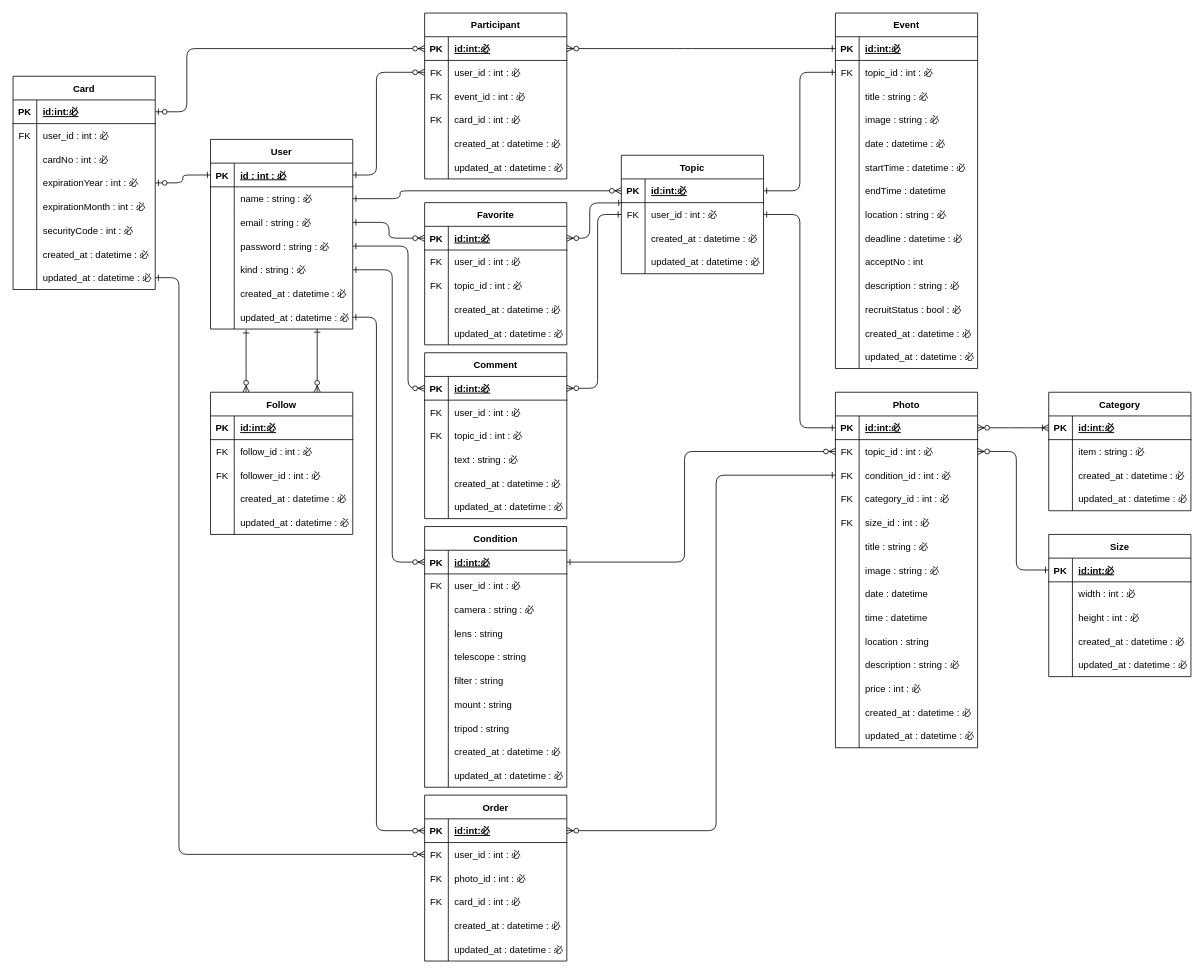
This is outline/ERchart.drawio from UtaSuzuki/astrogram, a draw.io file, before an edit. Source tidied: cells renumbered, new cells numbered last; positions are measured from the earlier drawing's top-left corner, leaving out a move shared by most shapes. Both pictures are drawn from the tidied source at 79%, with x=0, y=0 at pixel (13, 13).
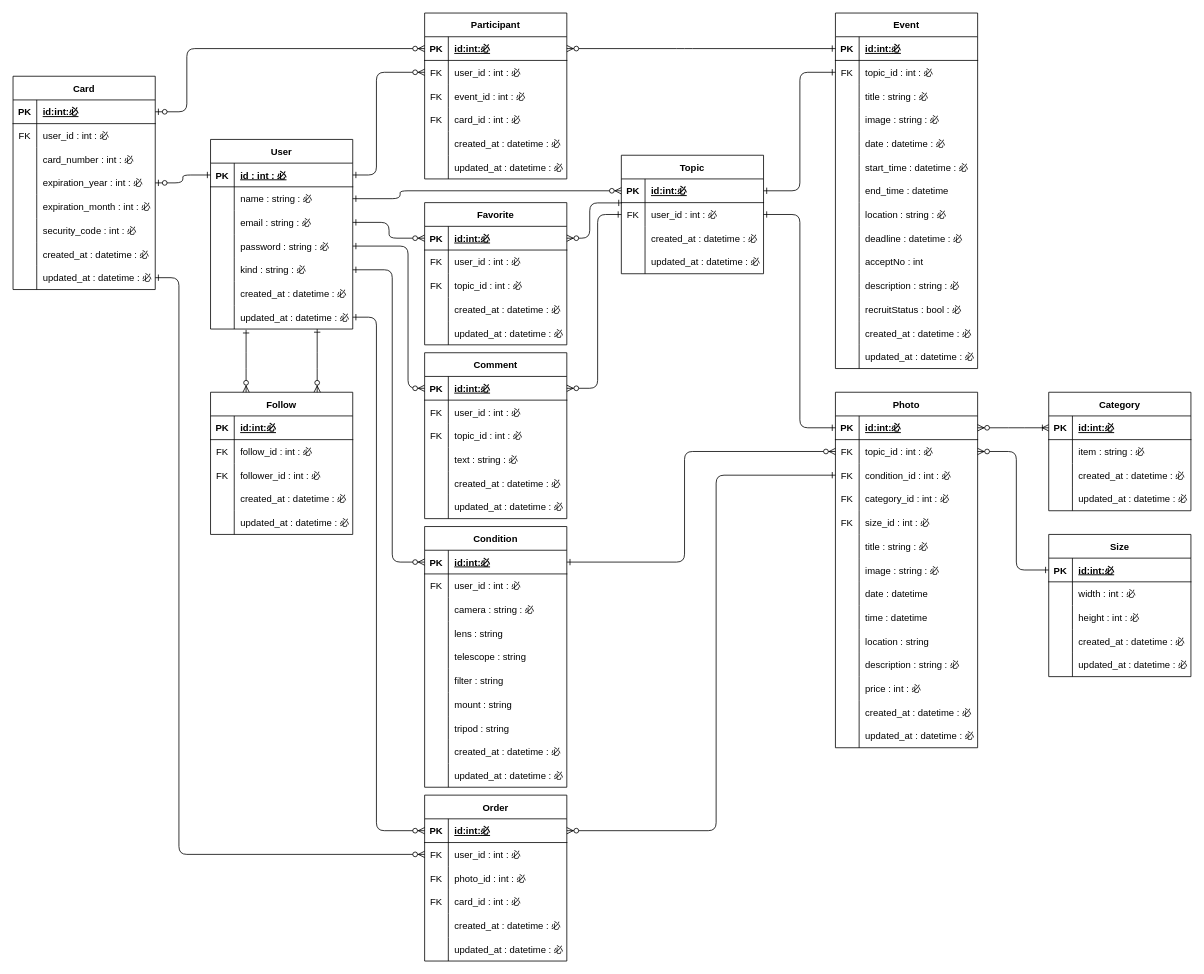
The same diagram, later.

Unchanged cells that the change refers to:
```xml
<mxCell id="71" style="shape=partialRectangle;fillColor=none;top=0;left=0;bottom=0;right=0;" parent="55" vertex="1">
  <mxGeometry y="180" width="180" height="30" as="geometry" />
</mxCell>
<mxCell id="74" style="shape=partialRectangle;fillColor=none;top=0;left=0;bottom=0;right=0;" parent="55" vertex="1">
  <mxGeometry y="210" width="180" height="30" as="geometry" />
</mxCell>
<mxCell id="243" style="shape=partialRectangle;fillColor=none;top=0;left=0;bottom=0;right=0;" parent="236" vertex="1">
  <mxGeometry y="90" width="180" height="30" as="geometry" />
</mxCell>
<mxCell id="246" style="shape=partialRectangle;fillColor=none;top=0;left=0;bottom=0;right=0;points=[[0,0.5],[1,0.5]];portConstraint=eastwest;" parent="236" vertex="1">
  <mxGeometry y="120" width="180" height="30" as="geometry" />
</mxCell>
<mxCell id="249" style="shape=partialRectangle;fillColor=none;top=0;left=0;bottom=0;right=0;" parent="236" vertex="1">
  <mxGeometry y="150" width="180" height="30" as="geometry" />
</mxCell>
<mxCell id="252" style="shape=partialRectangle;fillColor=none;top=0;left=0;bottom=0;right=0;" parent="236" vertex="1">
  <mxGeometry y="180" width="180" height="30" as="geometry" />
</mxCell>
```

What changed in the source:
```diff
@@
-    <mxCell id="73" value="startTime : datetime : 必" style="shape=partialRectangle;fillColor=none;top=0;left=0;bottom=0;right=0;align=left;spacingLeft=6;overflow=hidden;" parent="71" vertex="1">
+    <mxCell id="73" value="start_time : datetime : 必" style="shape=partialRectangle;fillColor=none;top=0;left=0;bottom=0;right=0;align=left;spacingLeft=6;overflow=hidden;" parent="71" vertex="1">
       <mxGeometry x="30" width="150" height="30" as="geometry" />
     </mxCell>
@@
-    <mxCell id="76" value="endTime : datetime" style="shape=partialRectangle;fillColor=none;top=0;left=0;bottom=0;right=0;align=left;spacingLeft=6;overflow=hidden;" parent="74" vertex="1">
+    <mxCell id="76" value="end_time : datetime" style="shape=partialRectangle;fillColor=none;top=0;left=0;bottom=0;right=0;align=left;spacingLeft=6;overflow=hidden;" parent="74" vertex="1">
       <mxGeometry x="30" width="150" height="30" as="geometry" />
     </mxCell>
@@
-    <mxCell id="245" value="cardNo : int : 必" style="shape=partialRectangle;fillColor=none;top=0;left=0;bottom=0;right=0;align=left;spacingLeft=6;overflow=hidden;" parent="243" vertex="1">
+    <mxCell id="245" value="card_number : int : 必" style="shape=partialRectangle;fillColor=none;top=0;left=0;bottom=0;right=0;align=left;spacingLeft=6;overflow=hidden;" parent="243" vertex="1">
       <mxGeometry x="30" width="150" height="30" as="geometry" />
     </mxCell>
@@
-    <mxCell id="248" value="expirationYear : int : 必" style="shape=partialRectangle;fillColor=none;top=0;left=0;bottom=0;right=0;align=left;spacingLeft=6;overflow=hidden;" parent="246" vertex="1">
+    <mxCell id="248" value="expiration_year : int : 必" style="shape=partialRectangle;fillColor=none;top=0;left=0;bottom=0;right=0;align=left;spacingLeft=6;overflow=hidden;" parent="246" vertex="1">
       <mxGeometry x="30" width="150" height="30" as="geometry" />
     </mxCell>
@@
-    <mxCell id="251" value="expirationMonth : int : 必" style="shape=partialRectangle;fillColor=none;top=0;left=0;bottom=0;right=0;align=left;spacingLeft=6;overflow=hidden;" parent="249" vertex="1">
+    <mxCell id="251" value="expiration_month : int : 必" style="shape=partialRectangle;fillColor=none;top=0;left=0;bottom=0;right=0;align=left;spacingLeft=6;overflow=hidden;" parent="249" vertex="1">
       <mxGeometry x="30" width="150" height="30" as="geometry" />
     </mxCell>
@@
-    <mxCell id="254" value="securityCode : int : 必" style="shape=partialRectangle;fillColor=none;top=0;left=0;bottom=0;right=0;align=left;spacingLeft=6;overflow=hidden;" parent="252" vertex="1">
+    <mxCell id="254" value="security_code : int : 必" style="shape=partialRectangle;fillColor=none;top=0;left=0;bottom=0;right=0;align=left;spacingLeft=6;overflow=hidden;" parent="252" vertex="1">
       <mxGeometry x="30" width="150" height="30" as="geometry" />
     </mxCell>
```
